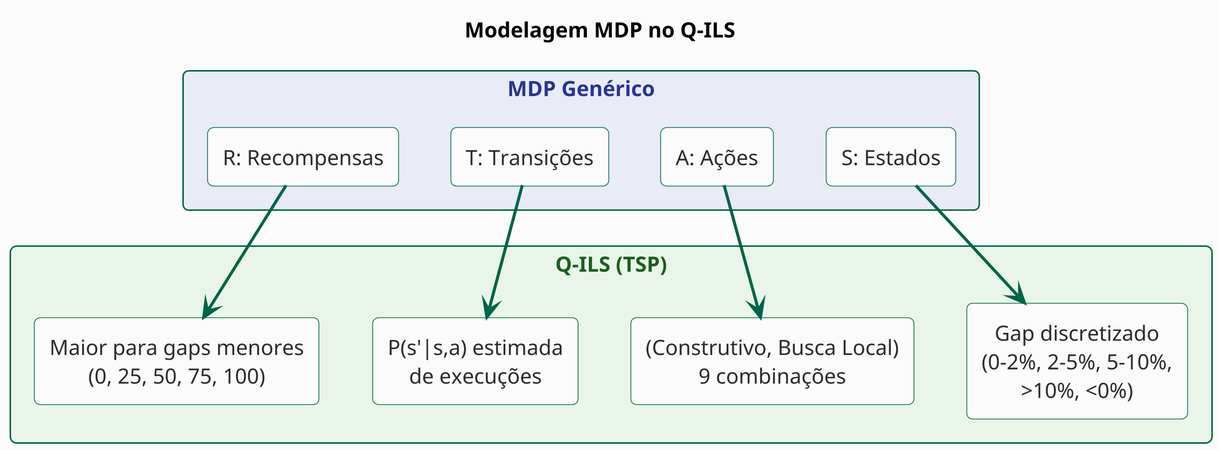
Earlier version of the PlantUML export etc/plantuml/mdp_mapping.png (lucascbarbosa/TSP-RL). Source of this version:
```plantuml
@startuml
<style>
  .MDP {
    BackGroundColor: #E8EAF6;
    FontColor: #283593;
  }
  .QILS {
    BackGroundColor: #E8F5E9;
    FontColor: #1B5E20;
  }
</style>

skinparam Dpi 300
skinparam defaultFontName "Segoe UI"
skinparam backgroundColor #FAFAFA
skinparam DefaultTextAlignment center
skinparam shadowing false
skinparam roundcorner 8
skinparam ArrowColor #006446
skinparam ArrowThickness 2
skinparam rectangle {
  BackgroundColor #FAFAFA
  BorderColor #006446
  FontColor #2D2D2D
}

top to bottom direction

title Modelagem MDP no Q-ILS

rectangle "**MDP Genérico**" as MDP <<MDP>> {
  rectangle "S: Estados" as S_MDP
  rectangle "A: Ações" as A_MDP
  rectangle "T: Transições" as T_MDP
  rectangle "R: Recompensas" as R_MDP
}

rectangle "**Q-ILS (TSP)**" as QILS <<QILS>> {
  rectangle "Gap discretizado\n(0-2%, 2-5%, 5-10%,\n>10%, <0%)" as S_QILS
  rectangle "(Construtivo, Busca Local)\n9 combinações" as A_QILS
  rectangle "P(s'|s,a) estimada\nde execuções" as T_QILS
  rectangle "Maior para gaps menores\n(0, 25, 50, 75, 100)" as R_QILS
}

S_MDP -down-> S_QILS
A_MDP -down-> A_QILS
T_MDP -down-> T_QILS
R_MDP -down-> R_QILS

hide <<MDP>> stereotype
hide <<QILS>> stereotype

@enduml
```
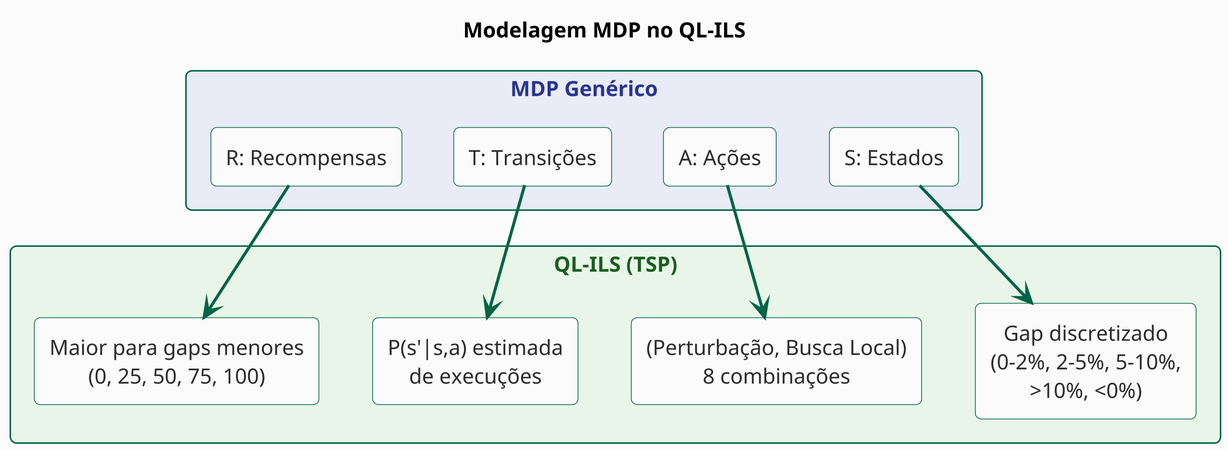
After the change.

What changed in the source:
```diff
@@ -26,7 +26,7 @@
 
 top to bottom direction
 
-title Modelagem MDP no Q-ILS
+title Modelagem MDP no QL-ILS
 
 rectangle "**MDP Genérico**" as MDP <<MDP>> {
   rectangle "S: Estados" as S_MDP
@@ -35,9 +35,9 @@
   rectangle "R: Recompensas" as R_MDP
 }
 
-rectangle "**Q-ILS (TSP)**" as QILS <<QILS>> {
+rectangle "**QL-ILS (TSP)**" as QILS <<QILS>> {
   rectangle "Gap discretizado\n(0-2%, 2-5%, 5-10%,\n>10%, <0%)" as S_QILS
-  rectangle "(Construtivo, Busca Local)\n9 combinações" as A_QILS
+  rectangle "(Perturbação, Busca Local)\n8 combinações" as A_QILS
   rectangle "P(s'|s,a) estimada\nde execuções" as T_QILS
   rectangle "Maior para gaps menores\n(0, 25, 50, 75, 100)" as R_QILS
 }
```
